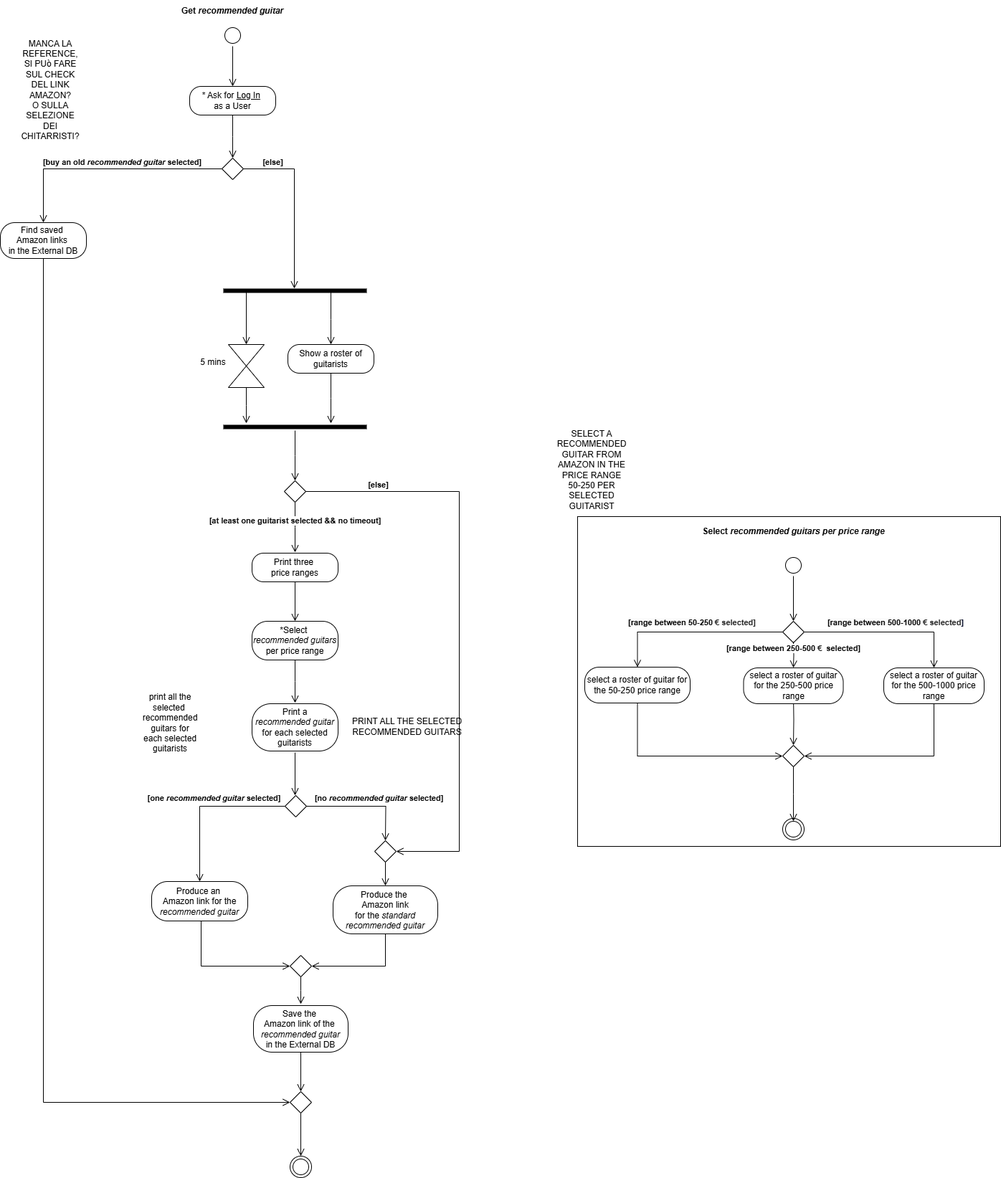
Before: diagrams/ActivityDiagramM.drawio.png, a diagram exported from draw.io (TizianoLilli/ISPW-Project). Source tidied: cells renumbered, new cells last; positions are measured from the earlier drawing's top-left corner, leaving out a move shared by most shapes.
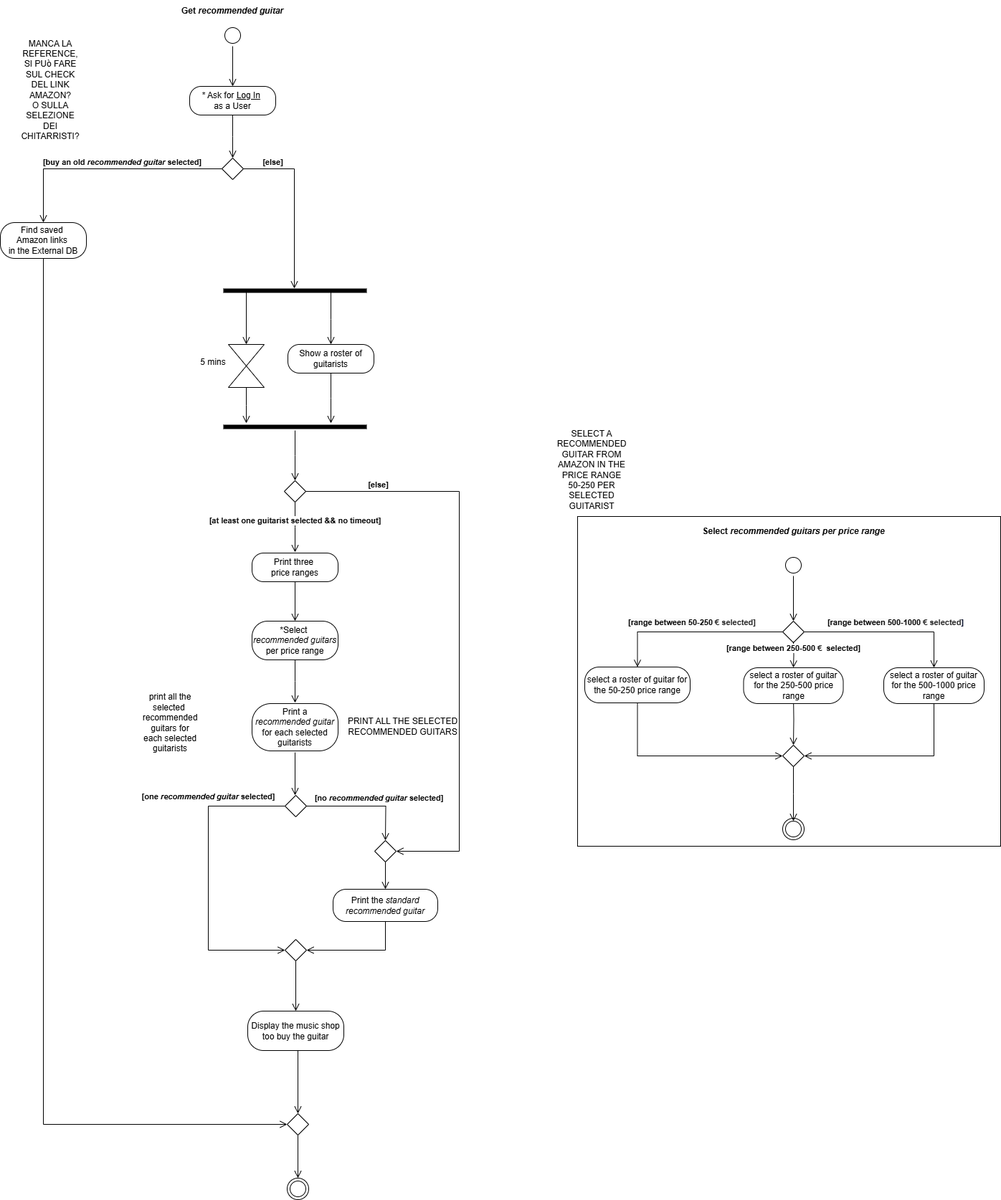
After the commit.

The edit, as a diff of the source:
```diff
@@ -79,34 +79,11 @@
         <mxPoint x="411" y="1109" as="targetPoint" />
       </mxGeometry>
     </mxCell>
-    <mxCell id="20" value="Produce an&amp;nbsp;&lt;div&gt;Amazon link for the&lt;/div&gt;&lt;div&gt;&lt;i&gt;recommended guitar&lt;/i&gt;&lt;/div&gt;" style="rounded=1;whiteSpace=wrap;html=1;arcSize=40;labelBackgroundColor=none;" parent="1" vertex="1">
-      <mxGeometry x="211" y="1229" width="134" height="55" as="geometry" />
+    <mxCell id="20" value="Display the music shop too buy the guitar" style="rounded=1;whiteSpace=wrap;html=1;arcSize=40;labelBackgroundColor=none;" parent="1" vertex="1">
+      <mxGeometry x="345" y="1410" width="134" height="55" as="geometry" />
     </mxCell>
-    <mxCell id="21" style="edgeStyle=orthogonalEdgeStyle;html=1;verticalAlign=bottom;endArrow=open;endSize=8;rounded=0;labelBackgroundColor=none;fontColor=default;entryX=0;entryY=0.5;entryDx=0;entryDy=0;" parent="1" edge="1" source="20" target="24">
-      <mxGeometry relative="1" as="geometry">
-        <Array as="points">
-          <mxPoint x="280" y="1347" />
-        </Array>
-      </mxGeometry>
-    </mxCell>
-    <mxCell id="22" style="edgeStyle=orthogonalEdgeStyle;html=1;verticalAlign=bottom;endArrow=open;endSize=8;rounded=0;labelBackgroundColor=none;fontColor=default;exitX=0.5;exitY=1;exitDx=0;exitDy=0;" parent="1" edge="1" source="23">
-      <mxGeometry relative="1" as="geometry">
-        <mxPoint x="419" y="1522" as="targetPoint" />
-      </mxGeometry>
-    </mxCell>
-    <mxCell id="23" value="Save the&amp;nbsp;&lt;div&gt;Amazon link&amp;nbsp;&lt;span style=&quot;background-color: initial;&quot;&gt;of the&amp;nbsp;&lt;/span&gt;&lt;div&gt;&lt;div&gt;&lt;i&gt;recommended guitar&lt;/i&gt;&lt;/div&gt;&lt;div&gt;in the External DB&lt;/div&gt;&lt;/div&gt;&lt;/div&gt;" style="rounded=1;whiteSpace=wrap;html=1;arcSize=40;labelBackgroundColor=none;" parent="1" vertex="1">
-      <mxGeometry x="353" y="1402" width="132" height="65" as="geometry" />
-    </mxCell>
-    <mxCell id="24" style="rhombus;whiteSpace=wrap;html=1;labelBackgroundColor=none;" parent="1" vertex="1">
-      <mxGeometry x="404" y="1332" width="30" height="30" as="geometry" />
-    </mxCell>
-    <mxCell id="25" style="edgeStyle=orthogonalEdgeStyle;html=1;verticalAlign=bottom;endArrow=open;endSize=8;rounded=0;entryX=0.5;entryY=0.3;entryDx=0;entryDy=0;entryPerimeter=0;exitX=0.5;exitY=1;exitDx=0;exitDy=0;labelBackgroundColor=none;fontColor=default;" parent="1" edge="1" source="24">
-      <mxGeometry relative="1" as="geometry">
-        <mxPoint x="419" y="1400" as="targetPoint" />
-      </mxGeometry>
-    </mxCell>
     <mxCell id="26" style="ellipse;html=1;shape=endState;labelBackgroundColor=none;" parent="1" vertex="1">
-      <mxGeometry x="404" y="1612" width="30" height="30" as="geometry" />
+      <mxGeometry x="400" y="1643" width="30" height="30" as="geometry" />
     </mxCell>
     <mxCell id="27" style="ellipse;html=1;shape=startState;labelBackgroundColor=none;" parent="1" vertex="1">
       <mxGeometry x="309" y="34" width="30" height="30" as="geometry" />
@@ -132,7 +109,7 @@
       <mxGeometry x="795" y="640" width="60" height="30" as="geometry" />
     </mxCell>
     <mxCell id="34" value="PRINT ALL THE SELECTED&lt;div&gt;RECOMMENDED GUITARS&lt;/div&gt;" style="text;html=1;align=center;verticalAlign=middle;strokeColor=none;fillColor=none;labelBackgroundColor=none;" parent="1" vertex="1">
-      <mxGeometry x="477" y="993" width="180" height="40" as="geometry" />
+      <mxGeometry x="471" y="993" width="180" height="40" as="geometry" />
     </mxCell>
     <mxCell id="35" value="print all the selected&amp;nbsp; recommended guitars for each selected guitarists" style="text;html=1;align=center;verticalAlign=middle;whiteSpace=wrap;rounded=0;labelBackgroundColor=none;" parent="1" vertex="1">
       <mxGeometry x="207" y="993" width="60" height="30" as="geometry" />
@@ -140,16 +117,22 @@
     <mxCell id="36" style="rhombus;whiteSpace=wrap;html=1;labelBackgroundColor=none;" parent="1" vertex="1">
       <mxGeometry x="397" y="1109" width="30" height="30" as="geometry" />
     </mxCell>
-    <mxCell id="37" value="&lt;b&gt;[one &lt;i&gt;recommended guitar&lt;/i&gt; selected]&lt;/b&gt;" style="edgeStyle=orthogonalEdgeStyle;html=1;verticalAlign=bottom;endArrow=open;endSize=8;rounded=0;labelBackgroundColor=none;fontColor=default;exitX=0;exitY=0.5;exitDx=0;exitDy=0;entryX=0.5;entryY=0;entryDx=0;entryDy=0;" parent="1" edge="1" source="36" target="20">
-      <mxGeometry x="-0.12" y="-2" relative="1" as="geometry" />
+    <mxCell id="37" value="&lt;b&gt;[one &lt;i&gt;recommended guitar&lt;/i&gt; selected]&lt;/b&gt;" style="edgeStyle=orthogonalEdgeStyle;html=1;verticalAlign=bottom;endArrow=open;endSize=8;rounded=0;labelBackgroundColor=none;fontColor=default;exitX=0;exitY=0.5;exitDx=0;exitDy=0;entryX=0;entryY=0.5;entryDx=0;entryDy=0;" parent="1" edge="1" source="36" target="71">
+      <mxGeometry x="-0.48" y="-4" relative="1" as="geometry">
+        <Array as="points">
+          <mxPoint x="290" y="1124" />
+          <mxPoint x="290" y="1325" />
+        </Array>
+        <mxPoint x="4" y="-4" as="offset" />
+      </mxGeometry>
     </mxCell>
-    <mxCell id="38" value="Produce the&amp;nbsp;&lt;div&gt;Amazon link&lt;div&gt;for the &lt;i&gt;standard&lt;/i&gt;&lt;/div&gt;&lt;div&gt;&lt;i&gt;recommended guitar&lt;/i&gt;&lt;/div&gt;&lt;/div&gt;" style="rounded=1;whiteSpace=wrap;html=1;arcSize=40;labelBackgroundColor=none;" parent="1" vertex="1">
-      <mxGeometry x="464" y="1235" width="146" height="67" as="geometry" />
+    <mxCell id="38" value="Print&lt;span style=&quot;background-color: initial;&quot;&gt;&amp;nbsp;the &lt;/span&gt;&lt;i style=&quot;background-color: initial;&quot;&gt;standard&lt;/i&gt;&lt;div&gt;&lt;div&gt;&lt;i&gt;recommended guitar&lt;/i&gt;&lt;/div&gt;&lt;/div&gt;" style="rounded=1;whiteSpace=wrap;html=1;arcSize=40;labelBackgroundColor=none;" parent="1" vertex="1">
+      <mxGeometry x="464" y="1240" width="146" height="45" as="geometry" />
     </mxCell>
-    <mxCell id="39" style="edgeStyle=orthogonalEdgeStyle;html=1;verticalAlign=bottom;endArrow=open;endSize=8;rounded=0;labelBackgroundColor=none;fontColor=default;entryX=1;entryY=0.5;entryDx=0;entryDy=0;exitX=0.5;exitY=1;exitDx=0;exitDy=0;" parent="1" edge="1" source="38" target="24">
+    <mxCell id="39" style="edgeStyle=orthogonalEdgeStyle;html=1;verticalAlign=bottom;endArrow=open;endSize=8;rounded=0;labelBackgroundColor=none;fontColor=default;entryX=1;entryY=0.5;entryDx=0;entryDy=0;exitX=0.5;exitY=1;exitDx=0;exitDy=0;" parent="1" edge="1" source="38" target="71">
       <mxGeometry relative="1" as="geometry">
         <Array as="points">
-          <mxPoint x="537" y="1347" />
+          <mxPoint x="537" y="1325" />
         </Array>
       </mxGeometry>
     </mxCell>
@@ -216,7 +199,7 @@
     <mxCell id="55" style="edgeStyle=orthogonalEdgeStyle;html=1;verticalAlign=bottom;endArrow=open;endSize=8;rounded=0;labelBackgroundColor=none;fontColor=default;entryX=0;entryY=0.5;entryDx=0;entryDy=0;" parent="1" edge="1" source="54" target="60">
       <mxGeometry relative="1" as="geometry">
         <Array as="points">
-          <mxPoint x="60" y="1537" />
+          <mxPoint x="60" y="1568" />
         </Array>
       </mxGeometry>
     </mxCell>
@@ -238,7 +221,7 @@
       <mxGeometry relative="1" as="geometry" />
     </mxCell>
     <mxCell id="60" style="rhombus;whiteSpace=wrap;html=1;labelBackgroundColor=none;" parent="1" vertex="1">
-      <mxGeometry x="404" y="1522" width="30" height="30" as="geometry" />
+      <mxGeometry x="400" y="1553" width="30" height="30" as="geometry" />
     </mxCell>
     <mxCell id="61" style="edgeStyle=orthogonalEdgeStyle;html=1;verticalAlign=bottom;endArrow=open;endSize=8;rounded=0;labelBackgroundColor=none;fontColor=default;exitX=0.5;exitY=1;exitDx=0;exitDy=0;entryX=0.5;entryY=0;entryDx=0;entryDy=0;" parent="1" edge="1" source="60" target="26">
       <mxGeometry relative="1" as="geometry" />
@@ -272,5 +255,18 @@
     <mxCell id="70" value="&lt;div&gt;Select &lt;i&gt;recommended guitars per price range&lt;/i&gt;&lt;/div&gt;" style="text;align=center;fontStyle=1;verticalAlign=middle;spacingLeft=3;spacingRight=3;strokeColor=none;html=1;labelBackgroundColor=none;" parent="1" vertex="1">
       <mxGeometry x="871" y="720" width="470" height="41" as="geometry" />
     </mxCell>
+    <mxCell id="71" style="rhombus;whiteSpace=wrap;html=1;labelBackgroundColor=none;" parent="1" vertex="1">
+      <mxGeometry x="397" y="1310" width="30" height="30" as="geometry" />
+    </mxCell>
+    <mxCell id="72" style="edgeStyle=orthogonalEdgeStyle;html=1;verticalAlign=bottom;endArrow=open;endSize=8;rounded=0;labelBackgroundColor=none;fontColor=default;entryX=0.5;entryY=0;entryDx=0;entryDy=0;exitX=0.5;exitY=1;exitDx=0;exitDy=0;" parent="1" edge="1" source="71" target="20">
+      <mxGeometry relative="1" as="geometry" />
+    </mxCell>
+    <mxCell id="73" style="edgeStyle=orthogonalEdgeStyle;html=1;verticalAlign=bottom;endArrow=open;endSize=8;rounded=0;labelBackgroundColor=none;fontColor=default;entryX=0.5;entryY=0;entryDx=0;entryDy=0;exitX=0.5;exitY=1;exitDx=0;exitDy=0;" parent="1" edge="1" source="20" target="60">
+      <mxGeometry relative="1" as="geometry">
+        <Array as="points">
+          <mxPoint x="415" y="1465" />
+        </Array>
+      </mxGeometry>
+    </mxCell>
   </root>
 </mxGraphModel>
```
